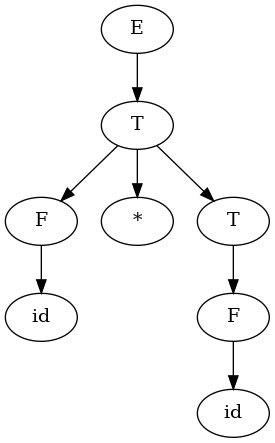
Above: examples/tree.png in Amlola/Shift-Reduce-parser (Graphviz), before the change. Its source is kept beside it as examples/tree.dot.
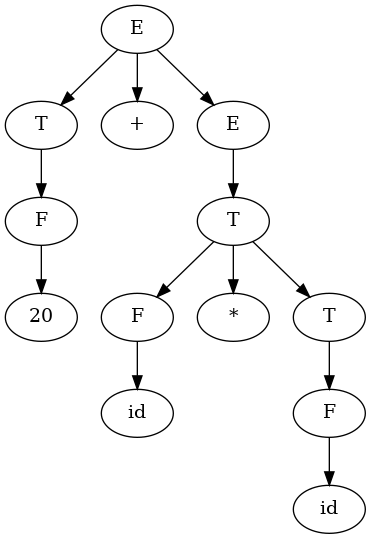
After the commit.

The edit, as a diff of the source:
```diff
@@ -5,13 +5,23 @@
   1 -> 2;
   2 [label="F"];
   2 -> 3;
-  3 [label="id"];
-  1 -> 4;
-  4 [label="*"];
-  1 -> 5;
-  5 [label="T"];
+  3 [label="20"];
+  0 -> 4;
+  4 [label="+"];
+  0 -> 5;
+  5 [label="E"];
   5 -> 6;
-  6 [label="F"];
+  6 [label="T"];
   6 -> 7;
-  7 [label="id"];
+  7 [label="F"];
+  7 -> 8;
+  8 [label="id"];
+  6 -> 9;
+  9 [label="*"];
+  6 -> 10;
+  10 [label="T"];
+  10 -> 11;
+  11 [label="F"];
+  11 -> 12;
+  12 [label="id"];
 }
```
